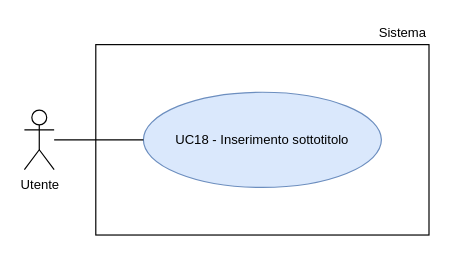
Above: RTB/doc_esterna/analisi-dei-requisiti/assets/draw.io/UC18.drawio in thebitless-group-swe/thebitless.github.io (draw.io), before the change. Source tidied: cells renumbered, new cells numbered last; positions are measured from the earlier drawing's top-left corner, leaving out a move shared by most shapes. Both pictures are drawn from the tidied source at 119%, with x=0, y=0 at pixel (24, 20).
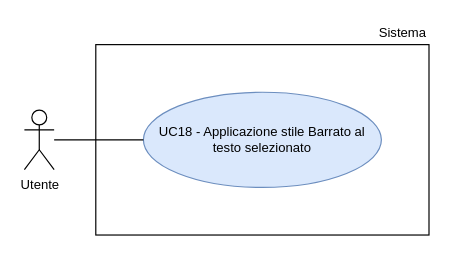
Above is the later version.

Change to the diagram source:
```diff
@@
 <mxGraphModel>
   <root>
     <mxCell id="0" />
     <mxCell id="1" parent="0" />
     <mxCell id="2" value="Utente" style="shape=umlActor;verticalLabelPosition=bottom;verticalAlign=top;html=1;outlineConnect=0;fontSize=11;" parent="1" vertex="1">
       <mxGeometry y="75" width="25" height="50" as="geometry" />
     </mxCell>
     <mxCell id="3" style="rounded=0;whiteSpace=wrap;html=1;strokeWidth=1;" parent="1" vertex="1">
       <mxGeometry x="60" y="20" width="280" height="160" as="geometry" />
     </mxCell>
     <mxCell id="4" value="Sistema" style="text;html=1;whiteSpace=wrap;strokeColor=none;fillColor=none;align=right;verticalAlign=middle;fontSize=11;" parent="1" vertex="1">
       <mxGeometry x="270" width="70" height="20" as="geometry" />
     </mxCell>
-    <mxCell id="5" value="UC18 - Inserimento sottotitolo" style="ellipse;whiteSpace=wrap;html=1;fillColor=#dae8fc;strokeColor=#6c8ebf;fontSize=11;" parent="1" vertex="1">
+    <mxCell id="5" value="UC18 - Applicazione stile Barrato al testo selezionato" style="ellipse;whiteSpace=wrap;html=1;fillColor=#dae8fc;strokeColor=#6c8ebf;fontSize=11;" parent="1" vertex="1">
       <mxGeometry x="100" y="60" width="200" height="80" as="geometry" />
     </mxCell>
     <mxCell id="6" style="edgeStyle=none;rounded=0;jettySize=auto;html=1;endArrow=none;endFill=0;" parent="1" edge="1" source="2" target="5">
       <mxGeometry relative="1" as="geometry" />
     </mxCell>
   </root>
 </mxGraphModel>
```
